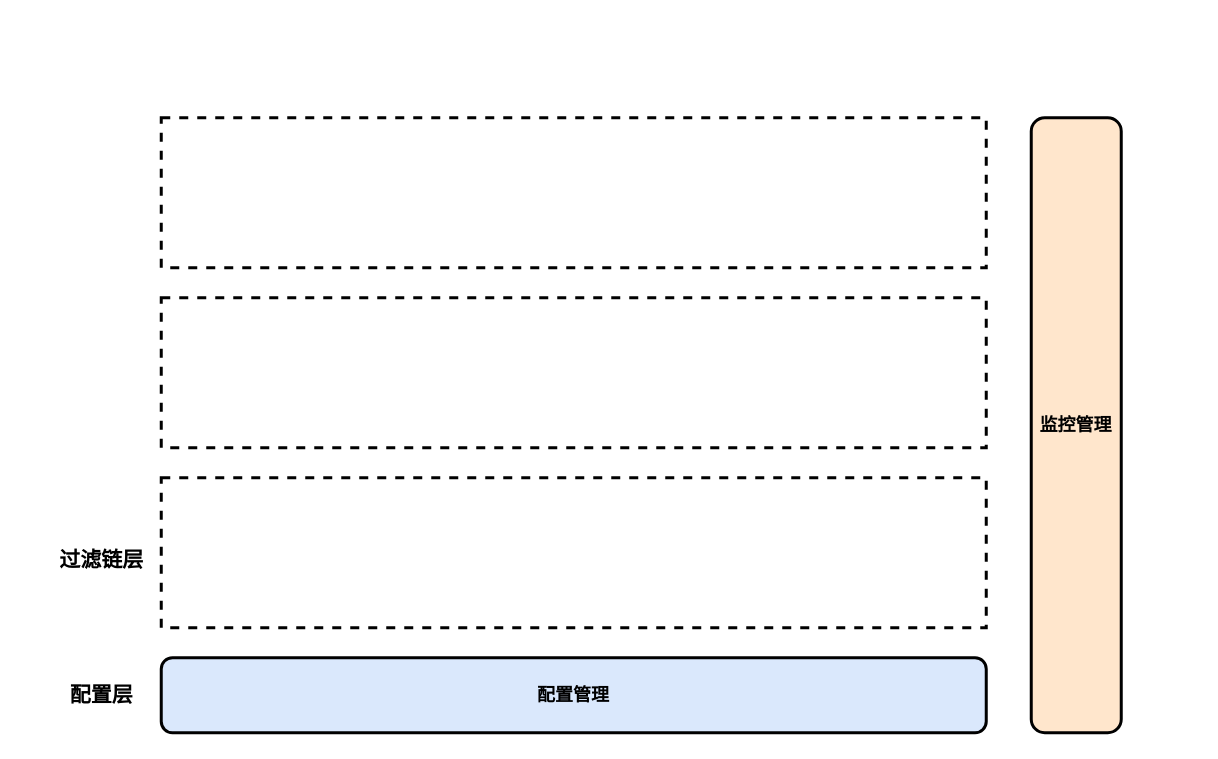
Earlier version of the draw.io diagram girlfriend.drawio (Jev0987/drawioFile). Source tidied: cells renumbered, new cells numbered last; positions are measured from the earlier drawing's top-left corner, leaving out a move shared by most shapes. Both pictures are drawn from the tidied source at 150%, with x=0, y=0 at pixel (40, 117).
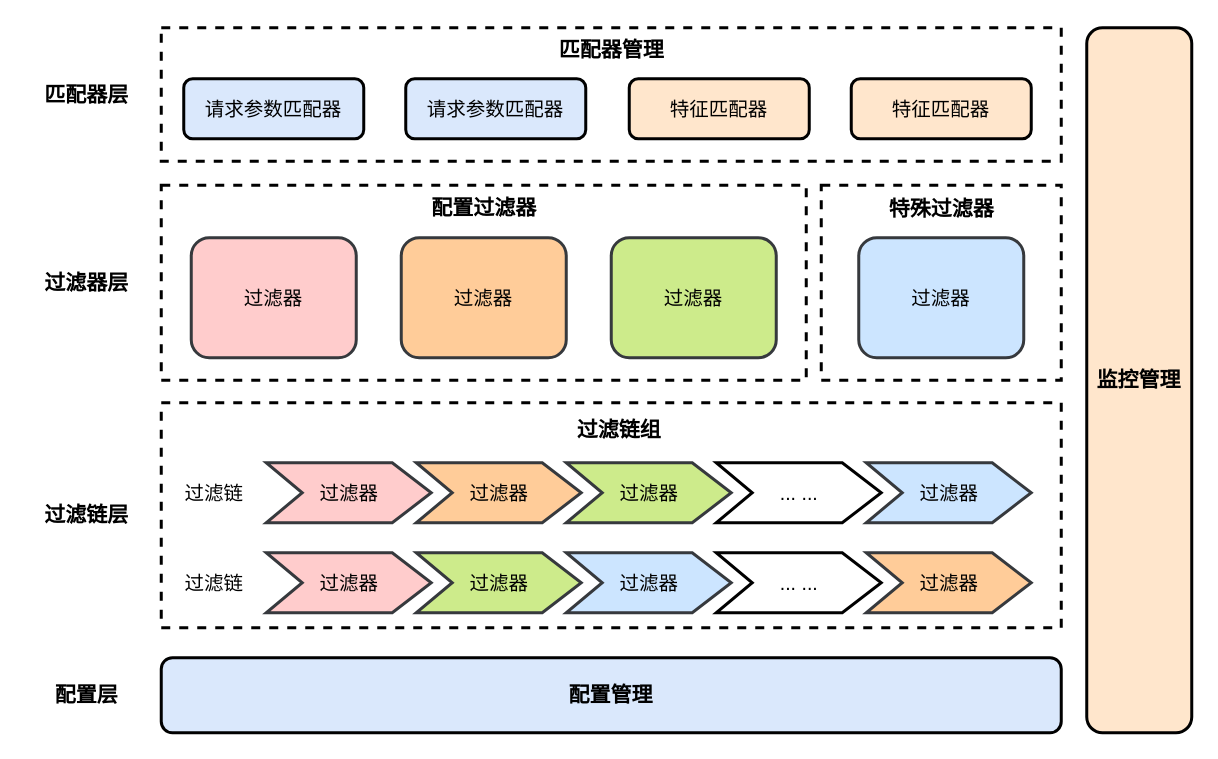
Above is the later version.

What changed in the source:
```diff
@@
-    <mxCell id="2" value="&lt;b&gt;配置管理&lt;/b&gt;" style="rounded=1;whiteSpace=wrap;html=1;fillColor=#dae8fc;strokeColor=#000000;strokeWidth=2;" parent="1" vertex="1">
-      <mxGeometry x="80" y="360" width="550" height="50" as="geometry" />
+    <mxCell id="2" value="&lt;b&gt;&lt;font style=&quot;font-size: 14px;&quot;&gt;配置管理&lt;/font&gt;&lt;/b&gt;" style="rounded=1;whiteSpace=wrap;html=1;fillColor=#dae8fc;strokeColor=#000000;strokeWidth=2;" parent="1" vertex="1">
+      <mxGeometry x="80" y="360" width="600" height="50" as="geometry" />
     </mxCell>
     <mxCell id="3" style="rounded=0;whiteSpace=wrap;html=1;fillColor=none;dashed=1;strokeWidth=2;" parent="1" vertex="1">
-      <mxGeometry x="80" y="240" width="550" height="100" as="geometry" />
+      <mxGeometry x="80" y="190" width="600" height="150" as="geometry" />
     </mxCell>
     <mxCell id="4" style="rounded=0;whiteSpace=wrap;html=1;fillColor=none;dashed=1;strokeWidth=2;" parent="1" vertex="1">
-      <mxGeometry x="80" y="120" width="550" height="100" as="geometry" />
+      <mxGeometry x="80" y="45" width="430" height="130" as="geometry" />
     </mxCell>
     <mxCell id="5" style="rounded=0;whiteSpace=wrap;html=1;fillColor=none;dashed=1;strokeWidth=2;" parent="1" vertex="1">
-      <mxGeometry x="80" width="550" height="100" as="geometry" />
+      <mxGeometry x="80" y="-60" width="600" height="89" as="geometry" />
     </mxCell>
-    <mxCell id="6" value="&lt;b&gt;监控管理&lt;/b&gt;" style="rounded=1;whiteSpace=wrap;html=1;fillColor=#ffe6cc;strokeColor=#000000;strokeWidth=2;" parent="1" vertex="1">
-      <mxGeometry x="660" width="60" height="410" as="geometry" />
+    <mxCell id="6" value="&lt;b&gt;&lt;font style=&quot;font-size: 14px;&quot;&gt;监控管理&lt;/font&gt;&lt;/b&gt;" style="rounded=1;whiteSpace=wrap;html=1;fillColor=#ffe6cc;strokeColor=#000000;strokeWidth=2;" parent="1" vertex="1">
+      <mxGeometry x="697" y="-60" width="70" height="470" as="geometry" />
     </mxCell>
     <mxCell id="7" value="&lt;b&gt;&lt;font style=&quot;font-size: 14px;&quot;&gt;配置层&lt;/font&gt;&lt;/b&gt;" style="text;html=1;align=center;verticalAlign=middle;strokeColor=none;fillColor=none;" parent="1" vertex="1">
-      <mxGeometry x="5" y="370" width="70" height="30" as="geometry" />
+      <mxGeometry x="-5" y="370" width="70" height="30" as="geometry" />
     </mxCell>
     <mxCell id="8" value="&lt;b&gt;&lt;font style=&quot;font-size: 14px;&quot;&gt;过滤链层&lt;/font&gt;&lt;/b&gt;" style="text;html=1;align=center;verticalAlign=middle;strokeColor=none;fillColor=none;" parent="1" vertex="1">
-      <mxGeometry y="280" width="80" height="30" as="geometry" />
+      <mxGeometry x="-10" y="250" width="80" height="30" as="geometry" />
     </mxCell>
+    <mxCell id="9" value="过滤器" style="html=1;shadow=0;dashed=0;align=center;verticalAlign=middle;shape=mxgraph.arrows2.arrow;dy=0;dx=26;notch=24;strokeWidth=2;fillColor=#ffcccc;strokeColor=#36393d;fontSize=13;" parent="1" vertex="1">
+      <mxGeometry x="150" y="230" width="110" height="40" as="geometry" />
+    </mxCell>
+    <mxCell id="10" value="&lt;span style=&quot;font-weight: normal;&quot;&gt;&lt;font style=&quot;font-size: 13px;&quot;&gt;过滤链&lt;/font&gt;&lt;/span&gt;" style="text;html=1;align=center;verticalAlign=middle;strokeColor=none;fillColor=none;fontSize=11;fontStyle=1;" parent="1" vertex="1">
+      <mxGeometry x="85" y="235" width="60" height="30" as="geometry" />
+    </mxCell>
+    <mxCell id="11" value="&lt;font style=&quot;font-size: 13px;&quot;&gt;过滤链&lt;/font&gt;" style="text;html=1;align=center;verticalAlign=middle;strokeColor=none;fillColor=none;" parent="1" vertex="1">
+      <mxGeometry x="85" y="295" width="60" height="30" as="geometry" />
+    </mxCell>
+    <mxCell id="12" value="&lt;b&gt;&lt;font style=&quot;font-size: 14px;&quot;&gt;过滤链组&lt;/font&gt;&lt;/b&gt;" style="text;html=1;align=center;verticalAlign=middle;strokeColor=none;fillColor=none;" parent="1" vertex="1">
+      <mxGeometry x="345" y="193" width="80" height="30" as="geometry" />
+    </mxCell>
+    <mxCell id="13" value="过滤器" style="html=1;shadow=0;dashed=0;align=center;verticalAlign=middle;shape=mxgraph.arrows2.arrow;dy=0;dx=26;notch=24;strokeWidth=2;fillColor=#ffcc99;strokeColor=#36393d;fontSize=13;" parent="1" vertex="1">
+      <mxGeometry x="250" y="230" width="110" height="40" as="geometry" />
+    </mxCell>
+    <mxCell id="14" value="过滤器" style="html=1;shadow=0;dashed=0;align=center;verticalAlign=middle;shape=mxgraph.arrows2.arrow;dy=0;dx=26;notch=24;strokeWidth=2;fillColor=#cdeb8b;strokeColor=#36393d;fontSize=13;" parent="1" vertex="1">
+      <mxGeometry x="350" y="230" width="110" height="40" as="geometry" />
+    </mxCell>
+    <mxCell id="15" value="... ..." style="html=1;shadow=0;dashed=0;align=center;verticalAlign=middle;shape=mxgraph.arrows2.arrow;dy=0;dx=26;notch=24;strokeWidth=2;fontSize=13;" parent="1" vertex="1">
+      <mxGeometry x="450" y="230" width="110" height="40" as="geometry" />
+    </mxCell>
+    <mxCell id="16" value="过滤器" style="html=1;shadow=0;dashed=0;align=center;verticalAlign=middle;shape=mxgraph.arrows2.arrow;dy=0;dx=26;notch=24;strokeWidth=2;fillColor=#cce5ff;strokeColor=#36393d;fontSize=13;" parent="1" vertex="1">
+      <mxGeometry x="550" y="230" width="110" height="40" as="geometry" />
+    </mxCell>
+    <mxCell id="17" value="过滤器" style="html=1;shadow=0;dashed=0;align=center;verticalAlign=middle;shape=mxgraph.arrows2.arrow;dy=0;dx=26;notch=24;strokeWidth=2;fillColor=#ffcccc;strokeColor=#36393d;fontSize=13;" parent="1" vertex="1">
+      <mxGeometry x="150" y="290" width="110" height="40" as="geometry" />
+    </mxCell>
+    <mxCell id="18" value="过滤器" style="html=1;shadow=0;dashed=0;align=center;verticalAlign=middle;shape=mxgraph.arrows2.arrow;dy=0;dx=26;notch=24;strokeWidth=2;fillColor=#cdeb8b;strokeColor=#36393d;fontSize=13;" parent="1" vertex="1">
+      <mxGeometry x="250" y="290" width="110" height="40" as="geometry" />
+    </mxCell>
+    <mxCell id="19" value="过滤器" style="html=1;shadow=0;dashed=0;align=center;verticalAlign=middle;shape=mxgraph.arrows2.arrow;dy=0;dx=26;notch=24;strokeWidth=2;fillColor=#cce5ff;strokeColor=#36393d;fontSize=13;" parent="1" vertex="1">
+      <mxGeometry x="350" y="290" width="110" height="40" as="geometry" />
+    </mxCell>
+    <mxCell id="20" value="... ..." style="html=1;shadow=0;dashed=0;align=center;verticalAlign=middle;shape=mxgraph.arrows2.arrow;dy=0;dx=26;notch=24;strokeWidth=2;fontSize=13;" parent="1" vertex="1">
+      <mxGeometry x="450" y="290" width="110" height="40" as="geometry" />
+    </mxCell>
+    <mxCell id="21" value="过滤器" style="html=1;shadow=0;dashed=0;align=center;verticalAlign=middle;shape=mxgraph.arrows2.arrow;dy=0;dx=26;notch=24;strokeWidth=2;fillColor=#ffcc99;strokeColor=#36393d;fontSize=13;" parent="1" vertex="1">
+      <mxGeometry x="550" y="290" width="110" height="40" as="geometry" />
+    </mxCell>
+    <mxCell id="22" style="rounded=0;whiteSpace=wrap;html=1;fillColor=none;dashed=1;strokeWidth=2;" parent="1" vertex="1">
+      <mxGeometry x="520" y="45" width="160" height="130" as="geometry" />
+    </mxCell>
+    <mxCell id="23" value="&lt;font&gt;过滤器&lt;/font&gt;" style="rounded=1;whiteSpace=wrap;html=1;strokeWidth=2;fillColor=#ffcccc;strokeColor=#36393d;fontSize=13;" parent="1" vertex="1">
+      <mxGeometry x="100" y="80" width="110" height="80" as="geometry" />
+    </mxCell>
+    <mxCell id="24" value="&lt;b&gt;&lt;font style=&quot;font-size: 14px;&quot;&gt;过滤器层&lt;/font&gt;&lt;/b&gt;" style="text;html=1;align=center;verticalAlign=middle;strokeColor=none;fillColor=none;" parent="1" vertex="1">
+      <mxGeometry x="-10" y="95" width="80" height="30" as="geometry" />
+    </mxCell>
+    <mxCell id="25" value="&lt;font&gt;过滤器&lt;/font&gt;" style="rounded=1;whiteSpace=wrap;html=1;strokeWidth=2;fillColor=#ffcc99;strokeColor=#36393d;fontSize=13;" parent="1" vertex="1">
+      <mxGeometry x="240" y="80" width="110" height="80" as="geometry" />
+    </mxCell>
+    <mxCell id="26" value="&lt;font&gt;过滤器&lt;/font&gt;" style="rounded=1;whiteSpace=wrap;html=1;strokeWidth=2;fillColor=#cdeb8b;strokeColor=#36393d;fontSize=13;" parent="1" vertex="1">
+      <mxGeometry x="380" y="80" width="110" height="80" as="geometry" />
+    </mxCell>
+    <mxCell id="27" value="&lt;font&gt;过滤器&lt;/font&gt;" style="rounded=1;whiteSpace=wrap;html=1;strokeWidth=2;fillColor=#cce5ff;strokeColor=#36393d;fontSize=13;" parent="1" vertex="1">
+      <mxGeometry x="545" y="80" width="110" height="80" as="geometry" />
+    </mxCell>
+    <mxCell id="28" value="请求参数匹配器" style="rounded=1;whiteSpace=wrap;html=1;fillColor=#dae8fc;strokeColor=#000000;strokeWidth=2;fontSize=13;" parent="1" vertex="1">
+      <mxGeometry x="95" y="-26" width="120" height="40" as="geometry" />
+    </mxCell>
+    <mxCell id="29" value="请求参数匹配器" style="rounded=1;whiteSpace=wrap;html=1;fillColor=#dae8fc;strokeColor=#000000;strokeWidth=2;fontSize=13;" parent="1" vertex="1">
+      <mxGeometry x="243" y="-26" width="120" height="40" as="geometry" />
+    </mxCell>
+    <mxCell id="30" value="特征匹配器" style="rounded=1;whiteSpace=wrap;html=1;fillColor=#ffe6cc;strokeColor=#000000;strokeWidth=2;fontSize=13;" parent="1" vertex="1">
+      <mxGeometry x="392" y="-26" width="120" height="40" as="geometry" />
+    </mxCell>
+    <mxCell id="31" value="特征匹配器" style="rounded=1;whiteSpace=wrap;html=1;fillColor=#ffe6cc;strokeColor=#000000;strokeWidth=2;fontSize=13;" parent="1" vertex="1">
+      <mxGeometry x="540" y="-26" width="120" height="40" as="geometry" />
+    </mxCell>
+    <mxCell id="32" value="&lt;b&gt;&lt;font style=&quot;font-size: 14px;&quot;&gt;匹配器层&lt;/font&gt;&lt;/b&gt;" style="text;html=1;align=center;verticalAlign=middle;strokeColor=none;fillColor=none;" parent="1" vertex="1">
+      <mxGeometry x="-10" y="-30.5" width="80" height="30" as="geometry" />
+    </mxCell>
+    <mxCell id="33" value="&lt;b&gt;&lt;font style=&quot;font-size: 14px;&quot;&gt;配置过滤器&lt;/font&gt;&lt;/b&gt;" style="text;html=1;align=center;verticalAlign=middle;strokeColor=none;fillColor=none;" parent="1" vertex="1">
+      <mxGeometry x="250" y="45" width="90" height="30" as="geometry" />
+    </mxCell>
+    <mxCell id="34" value="&lt;b&gt;&lt;font style=&quot;font-size: 14px;&quot;&gt;特殊过滤器&lt;/font&gt;&lt;/b&gt;" style="text;html=1;align=center;verticalAlign=middle;strokeColor=none;fillColor=none;" parent="1" vertex="1">
+      <mxGeometry x="555" y="46" width="90" height="30" as="geometry" />
+    </mxCell>
+    <mxCell id="35" value="&lt;b&gt;&lt;font style=&quot;font-size: 14px;&quot;&gt;匹配器管理&lt;/font&gt;&lt;/b&gt;" style="text;html=1;align=center;verticalAlign=middle;strokeColor=none;fillColor=none;" parent="1" vertex="1">
+      <mxGeometry x="335" y="-60" width="90" height="30" as="geometry" />
+    </mxCell>
```
